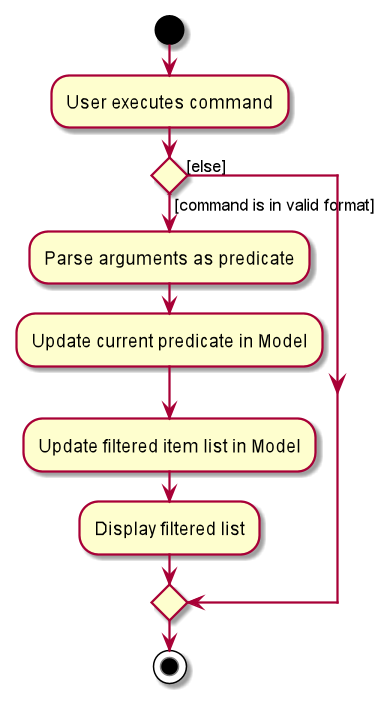
The PlantUML diagram docs/images/ListActivityDiagram.png in nus-cs2103-AY2021S2/tp, before a commit.
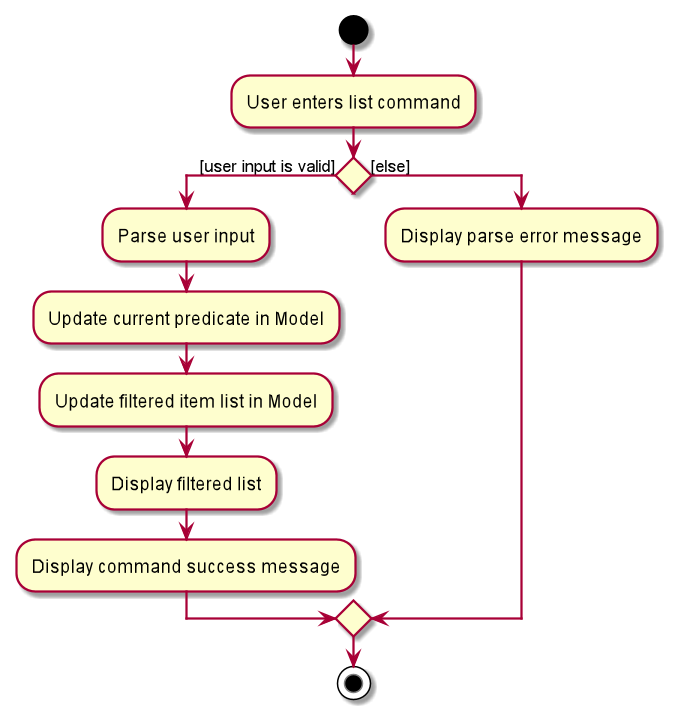
The same diagram one commit later.

Commit message:
Update List and Find activity diagrams

What changed in the source:
```diff
@@ -1,14 +1,16 @@
 @startuml
 start
-:User executes command;
+:User enters list command;
 
 
-if () then ([command is in valid format])
-    :Parse arguments as predicate;
+if () then ([user input is valid])
+    :Parse user input;
     :Update current predicate in Model;
     :Update filtered item list in Model;
     :Display filtered list;
+    :Display command success message;
 else ([else])
+    :Display parse error message;
 endif
 stop
 @enduml
```
